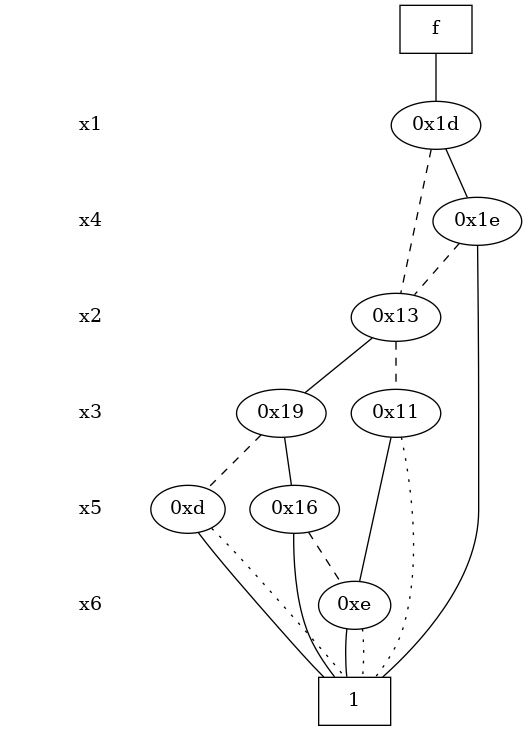
The Graphviz diagram expretest/optimized_bdd.png in loipsheng/cudd-3.0.0.1, before a commit. Its source is kept beside it as expretest/optimized_bdd.dot.
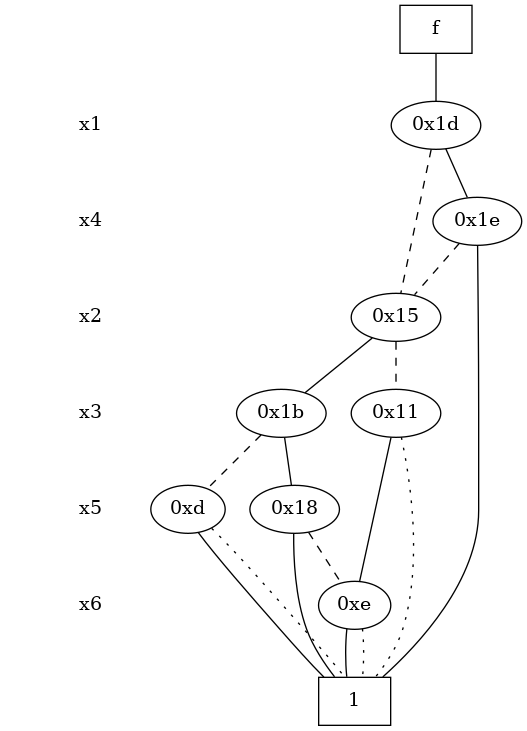
The same diagram one commit later.

What changed in the source:
```diff
@@ -16,15 +16,15 @@
 "0x1e";
 }
 { rank = same; " x2 ";
-"0x13";
+"0x15";
 }
 { rank = same; " x3 ";
 "0x11";
-"0x19";
+"0x1b";
 }
 { rank = same; " x5 ";
 "0xd";
-"0x16";
+"0x18";
 }
 { rank = same; " x6 ";
 "0xe";
@@ -35,19 +35,19 @@
 }
 "  f  " -> "0x1d" [style = solid];
 "0x1d" -> "0x1e";
-"0x1d" -> "0x13" [style = dashed];
+"0x1d" -> "0x15" [style = dashed];
 "0x1e" -> "0x5";
-"0x1e" -> "0x13" [style = dashed];
-"0x13" -> "0x19";
-"0x13" -> "0x11" [style = dashed];
+"0x1e" -> "0x15" [style = dashed];
+"0x15" -> "0x1b";
+"0x15" -> "0x11" [style = dashed];
 "0x11" -> "0xe";
 "0x11" -> "0x5" [style = dotted];
-"0x19" -> "0x16";
-"0x19" -> "0xd" [style = dashed];
+"0x1b" -> "0x18";
+"0x1b" -> "0xd" [style = dashed];
 "0xd" -> "0x5";
 "0xd" -> "0x5" [style = dotted];
-"0x16" -> "0x5";
-"0x16" -> "0xe" [style = dashed];
+"0x18" -> "0x5";
+"0x18" -> "0xe" [style = dashed];
 "0xe" -> "0x5";
 "0xe" -> "0x5" [style = dotted];
 "0x5" [label = "1"];
```
